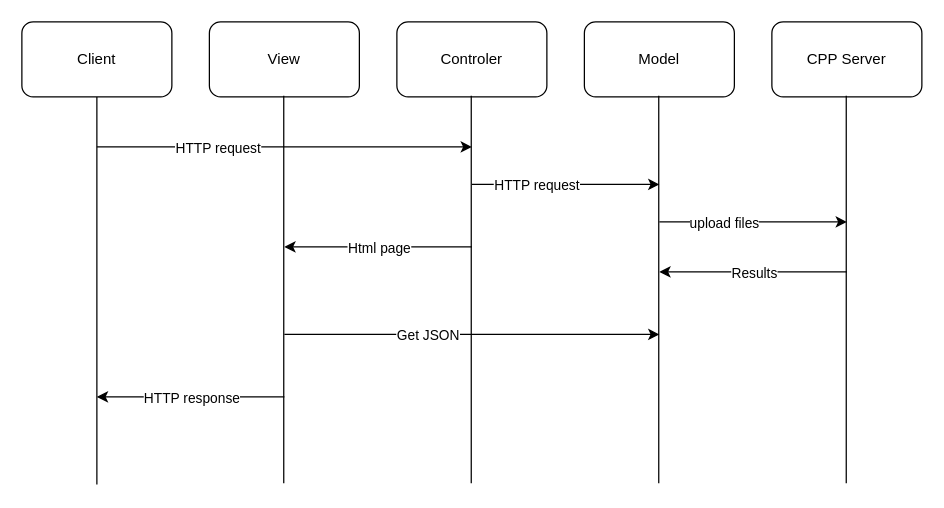
DanielKnafel/Advanced-Programming-2-Anomaly-Inspection-Web-App keeps this draw.io diagram as UML.drawio. Above is the earlier version. Source tidied: cells renumbered, new cells numbered last; positions are measured from the earlier drawing's top-left corner, leaving out a move shared by most shapes. Both pictures are drawn from the tidied source at 125%, with x=0, y=0 at pixel (21, 21).
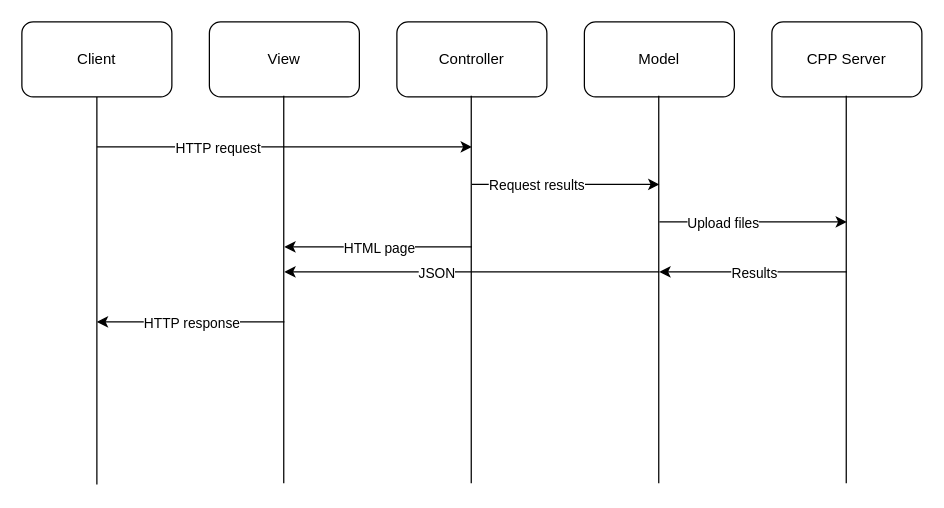
Above is the later version.

Unchanged cells that the change refers to:
```xml
<mxCell id="14" style="endArrow=classic;html=1;" parent="1" edge="1">
  <mxGeometry relative="1" as="geometry">
    <mxPoint x="360" y="130" as="sourcePoint" />
    <mxPoint x="510" y="130" as="targetPoint" />
  </mxGeometry>
</mxCell>
<mxCell id="16" style="endArrow=classic;html=1;" parent="1" edge="1">
  <mxGeometry relative="1" as="geometry">
    <mxPoint x="510" y="160" as="sourcePoint" />
    <mxPoint x="660" y="160" as="targetPoint" />
  </mxGeometry>
</mxCell>
```

What changed in the source:
```diff
@@
-    <mxCell id="4" value="Controler" style="rounded=1;whiteSpace=wrap;html=1;" parent="1" vertex="1">
+    <mxCell id="4" value="Controller" style="rounded=1;whiteSpace=wrap;html=1;" parent="1" vertex="1">
       <mxGeometry x="300" width="120" height="60" as="geometry" />
     </mxCell>
@@
-    <mxCell id="15" value="HTTP request" style="edgeLabel;html=1;align=center;verticalAlign=middle;" parent="14" vertex="1">
+    <mxCell id="15" value="Request results" style="edgeLabel;html=1;align=center;verticalAlign=middle;" parent="14" vertex="1">
       <mxGeometry relative="1" as="geometry">
         <mxPoint x="-24" as="offset" />
       </mxGeometry>
     </mxCell>
@@
-    <mxCell id="17" value="upload files" style="edgeLabel;html=1;align=center;verticalAlign=middle;" parent="16" vertex="1">
+    <mxCell id="17" value="Upload files" style="edgeLabel;html=1;align=center;verticalAlign=middle;" parent="16" vertex="1">
       <mxGeometry relative="1" as="geometry">
-        <mxPoint x="-24" as="offset" />
+        <mxPoint x="-25" as="offset" />
       </mxGeometry>
     </mxCell>
-    <mxCell id="18" style="endArrow=classic;html=1;" parent="1" edge="1">
+    <mxCell id="18" style="endArrow=classic;html=1;fillColor=#dae8fc;" parent="1" edge="1">
       <mxGeometry relative="1" as="geometry">
         <mxPoint x="660" y="200" as="sourcePoint" />
         <mxPoint x="510" y="200" as="targetPoint" />
       </mxGeometry>
     </mxCell>
@@
-    <mxCell id="20" style="endArrow=classic;html=1;" parent="1" edge="1">
-      <mxGeometry relative="1" as="geometry">
-        <mxPoint x="360" y="180" as="sourcePoint" />
-        <mxPoint x="210" y="180" as="targetPoint" />
-      </mxGeometry>
-    </mxCell>
-    <mxCell id="21" value="Html page" style="edgeLabel;html=1;align=center;verticalAlign=middle;" parent="20" vertex="1">
-      <mxGeometry relative="1" as="geometry" />
-    </mxCell>
     <mxCell id="22" style="endArrow=classic;html=1;" parent="1" edge="1">
       <mxGeometry relative="1" as="geometry">
-        <mxPoint x="210" y="300" as="sourcePoint" />
-        <mxPoint x="60" y="300" as="targetPoint" />
+        <mxPoint x="210" y="240" as="sourcePoint" />
+        <mxPoint x="60" y="240" as="targetPoint" />
       </mxGeometry>
     </mxCell>
@@
-    <mxCell id="24" style="endArrow=classic;html=1;" parent="1" edge="1">
+    <mxCell id="24" style="endArrow=classic;html=1;fillColor=#dae8fc;" parent="1" edge="1">
       <mxGeometry relative="1" as="geometry">
-        <mxPoint x="210" y="250" as="sourcePoint" />
-        <mxPoint x="510" y="250" as="targetPoint" />
+        <mxPoint x="510" y="200" as="sourcePoint" />
+        <mxPoint x="210" y="200" as="targetPoint" />
       </mxGeometry>
     </mxCell>
-    <mxCell id="25" value="Get JSON" style="edgeLabel;html=1;align=center;verticalAlign=middle;" parent="24" vertex="1">
+    <mxCell id="25" value="JSON" style="edgeLabel;html=1;align=center;verticalAlign=middle;" parent="24" vertex="1">
       <mxGeometry relative="1" as="geometry">
-        <mxPoint x="-36" as="offset" />
+        <mxPoint x="-29" as="offset" />
       </mxGeometry>
     </mxCell>
+    <mxCell id="26" style="endArrow=classic;html=1;" parent="1" edge="1">
+      <mxGeometry relative="1" as="geometry">
+        <mxPoint x="360" y="180" as="sourcePoint" />
+        <mxPoint x="210" y="180" as="targetPoint" />
+      </mxGeometry>
+    </mxCell>
+    <mxCell id="27" value="HTML page" style="edgeLabel;html=1;align=center;verticalAlign=middle;" parent="26" vertex="1">
+      <mxGeometry relative="1" as="geometry" />
+    </mxCell>
```
